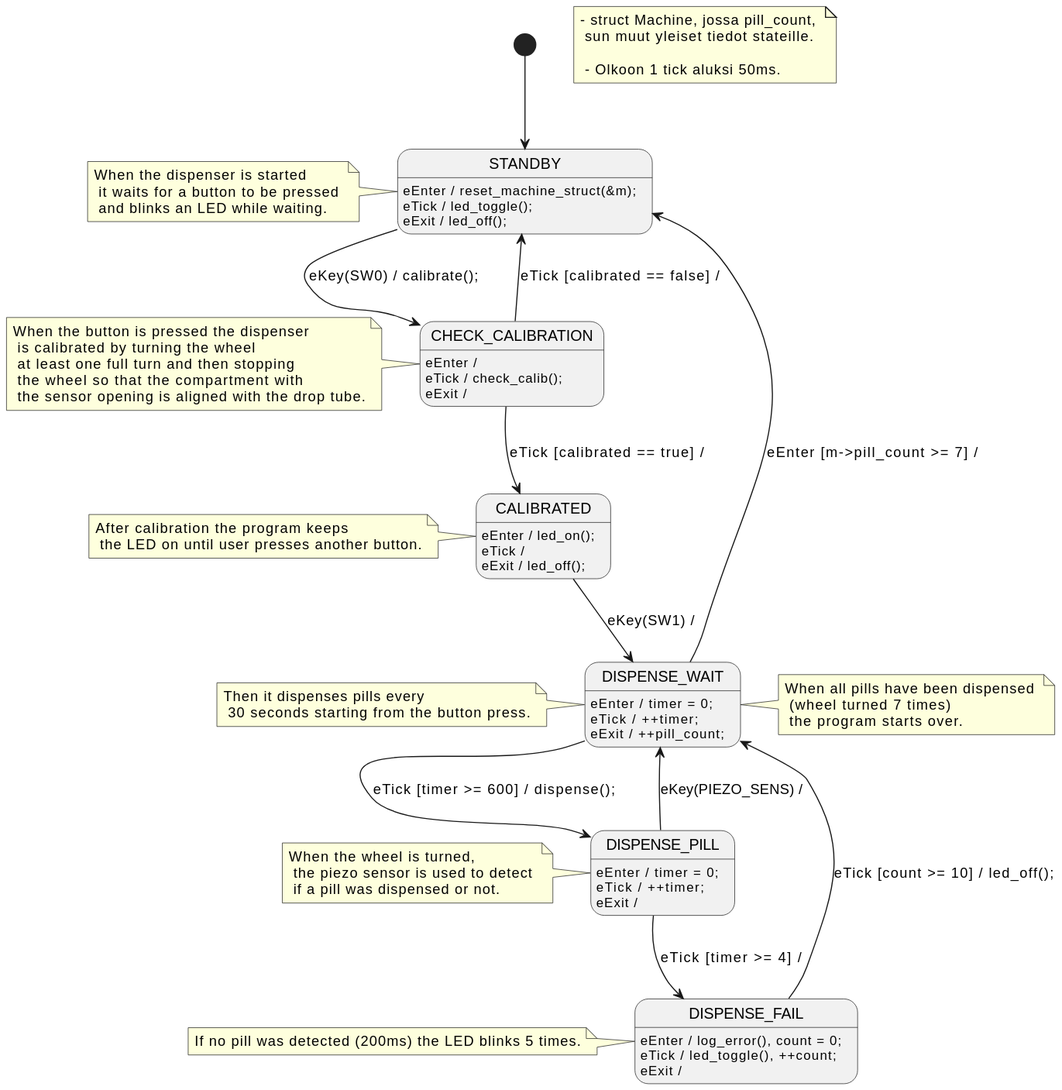
This is out/minimum_state_diagram/Minimum State Machine.svg from aleksanteril/LAAKKEET, a PlantUML export, as it was before one commit. The source it was exported from:
```plantuml
@startuml
[*] --> STANDBY
STANDBY : eEnter / reset_machine_struct(&m);
STANDBY : eTick / led_toggle();
STANDBY : eExit / led_off();
STANDBY --> CHECK_CALIBRATION : eKey(SW0) / calibrate();


note "- struct Machine, jossa pill_count, \n sun muut yleiset tiedot stateille. \n \n - Olkoon 1 tick aluksi 50ms." as N1
note left of STANDBY : When the dispenser is started \n it waits for a button to be pressed \n and blinks an LED while waiting.

CHECK_CALIBRATION : eEnter /
CHECK_CALIBRATION : eTick / check_calib();
CHECK_CALIBRATION : eExit /
CHECK_CALIBRATION --> STANDBY : eTick [calibrated == false] /
CHECK_CALIBRATION --> CALIBRATED : eTick [calibrated == true] /

note left of CHECK_CALIBRATION : When the button is pressed the dispenser \n is calibrated by turning the wheel \n at least one full turn and then stopping \n the wheel so that the compartment with \n the sensor opening is aligned with the drop tube.

CALIBRATED : eEnter / led_on();
CALIBRATED : eTick /
CALIBRATED : eExit / led_off();
CALIBRATED --> DISPENSE_WAIT : eKey(SW1) /

note left of CALIBRATED : After calibration the program keeps \n the LED on until user presses another button.

DISPENSE_WAIT : eEnter / timer = 0;
DISPENSE_WAIT : eTick / ++timer;
DISPENSE_WAIT : eExit / ++pill_count;
DISPENSE_WAIT --> DISPENSE_PILL : eTick [timer >= 600] / dispense();
DISPENSE_WAIT --> STANDBY : eEnter [m->pill_count >= 7] /

note left of DISPENSE_WAIT : Then it dispenses pills every \n 30 seconds starting from the button press.
note right of DISPENSE_WAIT : When all pills have been dispensed \n (wheel turned 7 times) \n the program starts over.

DISPENSE_PILL : eEnter / timer = 0;
DISPENSE_PILL : eTick / ++timer;
DISPENSE_PILL : eExit /
DISPENSE_PILL --> DISPENSE_WAIT : eKey(PIEZO_SENS) /
DISPENSE_PILL --> DISPENSE_FAIL : eTick [timer >= 4] /

note left of DISPENSE_PILL : When the wheel is turned, \n the piezo sensor is used to detect \n if a pill was dispensed or not.

DISPENSE_FAIL : eEnter / log_error(), count = 0;
DISPENSE_FAIL : eTick / led_toggle(), ++count;
DISPENSE_FAIL : eExit /
DISPENSE_FAIL --> DISPENSE_WAIT : eTick [count >= 10] / led_off();

note left of DISPENSE_FAIL : If no pill was detected (200ms) the LED blinks 5 times.
@enduml
```
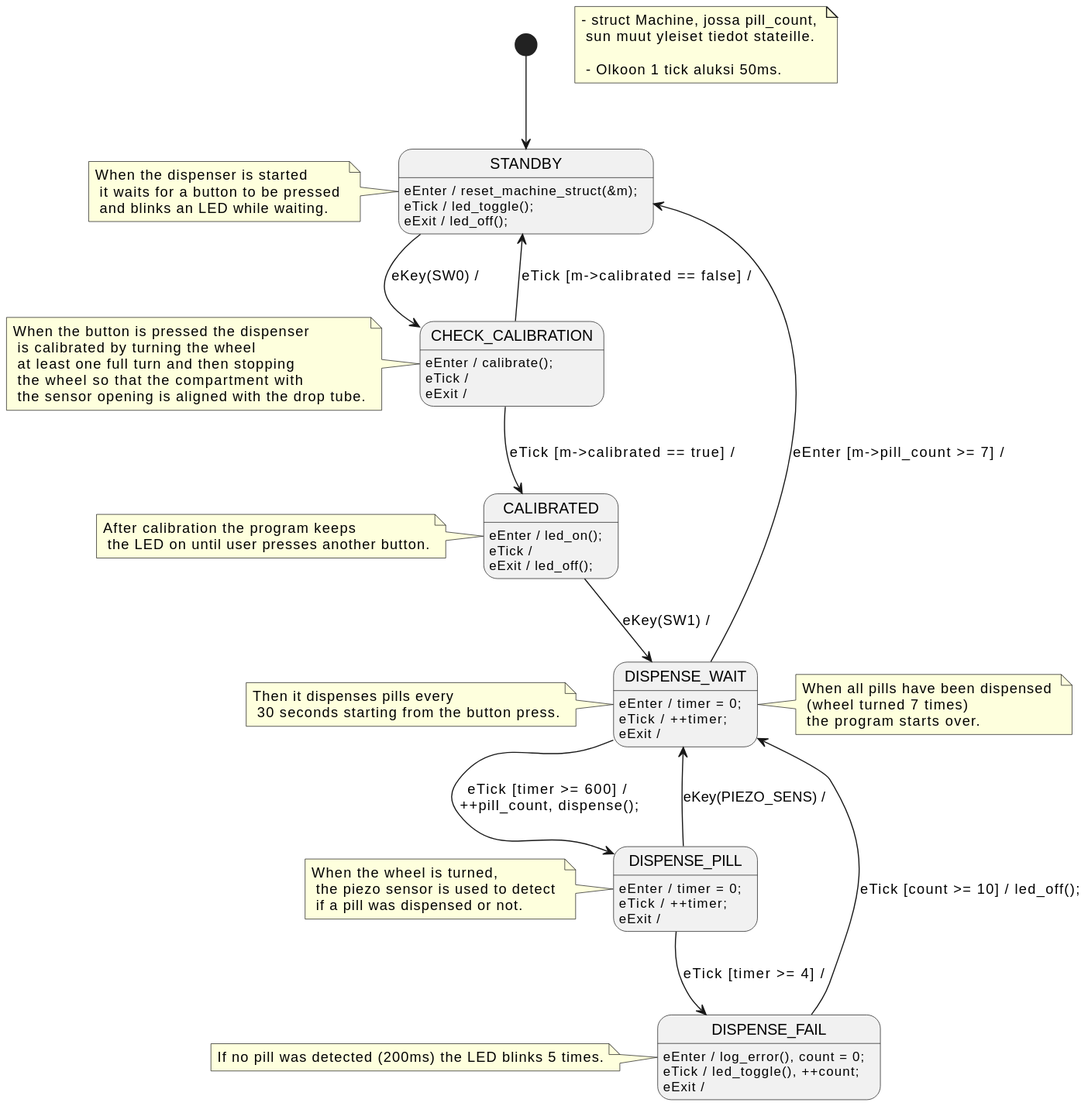
The same file after the commit.

Diff of the diagram source:
```diff
@@ -3,17 +3,17 @@
 STANDBY : eEnter / reset_machine_struct(&m);
 STANDBY : eTick / led_toggle();
 STANDBY : eExit / led_off();
-STANDBY --> CHECK_CALIBRATION : eKey(SW0) / calibrate();
+STANDBY --> CHECK_CALIBRATION : eKey(SW0) /
 
 
 note "- struct Machine, jossa pill_count, \n sun muut yleiset tiedot stateille. \n \n - Olkoon 1 tick aluksi 50ms." as N1
 note left of STANDBY : When the dispenser is started \n it waits for a button to be pressed \n and blinks an LED while waiting.
 
-CHECK_CALIBRATION : eEnter /
-CHECK_CALIBRATION : eTick / check_calib();
+CHECK_CALIBRATION : eEnter / calibrate();
+CHECK_CALIBRATION : eTick /
 CHECK_CALIBRATION : eExit /
-CHECK_CALIBRATION --> STANDBY : eTick [calibrated == false] /
-CHECK_CALIBRATION --> CALIBRATED : eTick [calibrated == true] /
+CHECK_CALIBRATION --> STANDBY : eTick [m->calibrated == false] /
+CHECK_CALIBRATION --> CALIBRATED : eTick [m->calibrated == true] /
 
 note left of CHECK_CALIBRATION : When the button is pressed the dispenser \n is calibrated by turning the wheel \n at least one full turn and then stopping \n the wheel so that the compartment with \n the sensor opening is aligned with the drop tube.
 
@@ -26,8 +26,8 @@
 
 DISPENSE_WAIT : eEnter / timer = 0;
 DISPENSE_WAIT : eTick / ++timer;
-DISPENSE_WAIT : eExit / ++pill_count;
-DISPENSE_WAIT --> DISPENSE_PILL : eTick [timer >= 600] / dispense();
+DISPENSE_WAIT : eExit /
+DISPENSE_WAIT --> DISPENSE_PILL : eTick [timer >= 600] / \n++pill_count, dispense();
 DISPENSE_WAIT --> STANDBY : eEnter [m->pill_count >= 7] /
 
 note left of DISPENSE_WAIT : Then it dispenses pills every \n 30 seconds starting from the button press.
```
